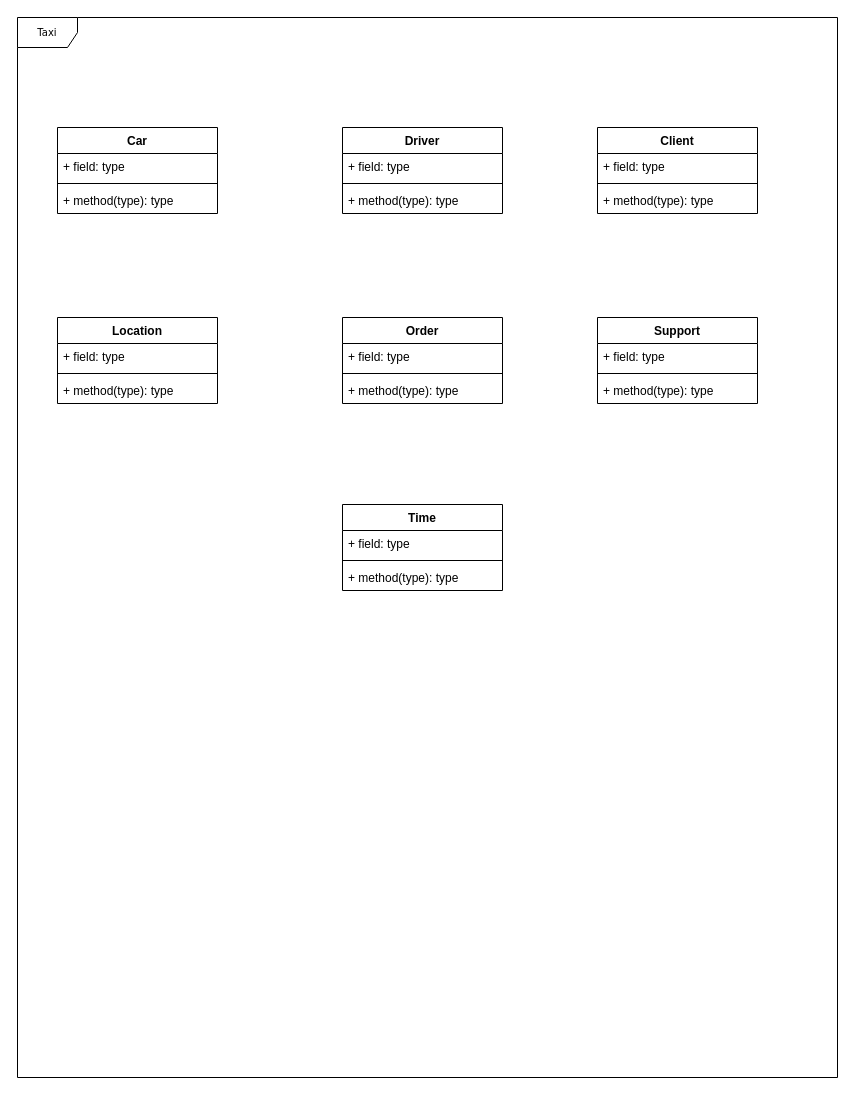
This is Диаграмма без названия.drawio from Mvsia/datalearn, a draw.io file, before an edit. Source tidied: cells renumbered, new cells numbered last; positions are measured from the earlier drawing's top-left corner, leaving out a move shared by most shapes. Both pictures are drawn from the tidied source at 100%, with x=0, y=0 at pixel (17, 17).
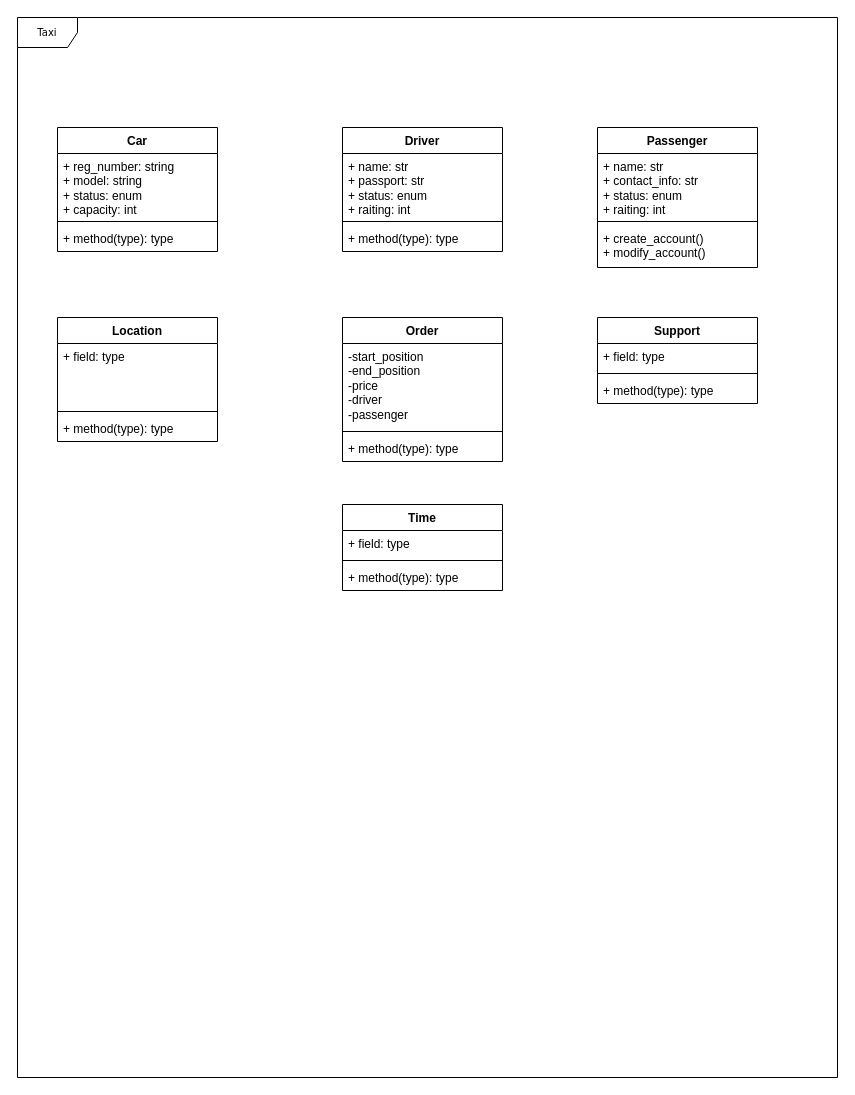
After the change.

Diff of the diagram source:
```diff
@@
     <mxCell id="3" value="Driver" style="swimlane;fontStyle=1;align=center;verticalAlign=top;horizontal=1;startSize=26;whiteSpace=wrap;html=1;" parent="1" vertex="1">
-      <mxGeometry x="325" y="110" width="160" height="86" as="geometry" />
+      <mxGeometry x="325" y="110" width="160" height="124" as="geometry" />
     </mxCell>
-    <mxCell id="4" value="+ field: type" style="text;strokeColor=none;fillColor=none;align=left;verticalAlign=top;spacingLeft=4;spacingRight=4;overflow=hidden;whiteSpace=wrap;html=1;" parent="3" vertex="1">
-      <mxGeometry y="26" width="160" height="26" as="geometry" />
+    <mxCell id="4" value="+ name: str&lt;div&gt;+ passport: str&lt;/div&gt;&lt;div&gt;+ status: enum&lt;/div&gt;&lt;div&gt;+ raiting: int&lt;/div&gt;" style="text;strokeColor=none;fillColor=none;align=left;verticalAlign=top;spacingLeft=4;spacingRight=4;overflow=hidden;whiteSpace=wrap;html=1;" parent="3" vertex="1">
+      <mxGeometry y="26" width="160" height="64" as="geometry" />
     </mxCell>
     <mxCell id="5" style="line;strokeWidth=1;fillColor=none;align=left;verticalAlign=middle;spacingTop=-1;spacingLeft=3;spacingRight=3;labelPosition=right;strokeColor=inherit;" parent="3" vertex="1">
-      <mxGeometry y="52" width="160" height="8" as="geometry" />
+      <mxGeometry y="90" width="160" height="8" as="geometry" />
     </mxCell>
     <mxCell id="6" value="+ method(type): type" style="text;strokeColor=none;fillColor=none;align=left;verticalAlign=top;spacingLeft=4;spacingRight=4;overflow=hidden;whiteSpace=wrap;html=1;" parent="3" vertex="1">
-      <mxGeometry y="60" width="160" height="26" as="geometry" />
+      <mxGeometry y="98" width="160" height="26" as="geometry" />
     </mxCell>
-    <mxCell id="7" value="Client" style="swimlane;fontStyle=1;align=center;verticalAlign=top;horizontal=1;startSize=26;whiteSpace=wrap;html=1;" parent="1" vertex="1">
-      <mxGeometry x="580" y="110" width="160" height="86" as="geometry" />
+    <mxCell id="7" value="Passenger" style="swimlane;fontStyle=1;align=center;verticalAlign=top;horizontal=1;startSize=26;whiteSpace=wrap;html=1;" parent="1" vertex="1">
+      <mxGeometry x="580" y="110" width="160" height="140" as="geometry" />
     </mxCell>
-    <mxCell id="8" value="+ field: type" style="text;strokeColor=none;fillColor=none;align=left;verticalAlign=top;spacingLeft=4;spacingRight=4;overflow=hidden;whiteSpace=wrap;html=1;" parent="7" vertex="1">
-      <mxGeometry y="26" width="160" height="26" as="geometry" />
+    <mxCell id="8" value="+ name: str&lt;div&gt;+ contact_info: str&lt;/div&gt;&lt;div&gt;+ status: enum&lt;/div&gt;&lt;div&gt;+ raiting: int&lt;/div&gt;" style="text;strokeColor=none;fillColor=none;align=left;verticalAlign=top;spacingLeft=4;spacingRight=4;overflow=hidden;whiteSpace=wrap;html=1;" parent="7" vertex="1">
+      <mxGeometry y="26" width="160" height="64" as="geometry" />
     </mxCell>
     <mxCell id="9" style="line;strokeWidth=1;fillColor=none;align=left;verticalAlign=middle;spacingTop=-1;spacingLeft=3;spacingRight=3;labelPosition=right;strokeColor=inherit;" parent="7" vertex="1">
-      <mxGeometry y="52" width="160" height="8" as="geometry" />
+      <mxGeometry y="90" width="160" height="8" as="geometry" />
     </mxCell>
-    <mxCell id="10" value="+ method(type): type" style="text;strokeColor=none;fillColor=none;align=left;verticalAlign=top;spacingLeft=4;spacingRight=4;overflow=hidden;whiteSpace=wrap;html=1;" parent="7" vertex="1">
-      <mxGeometry y="60" width="160" height="26" as="geometry" />
+    <mxCell id="10" value="+ create_account()&lt;div&gt;+ modify_account()&lt;/div&gt;" style="text;strokeColor=none;fillColor=none;align=left;verticalAlign=top;spacingLeft=4;spacingRight=4;overflow=hidden;whiteSpace=wrap;html=1;" parent="7" vertex="1">
+      <mxGeometry y="98" width="160" height="42" as="geometry" />
     </mxCell>
     <mxCell id="11" value="Order" style="swimlane;fontStyle=1;align=center;verticalAlign=top;horizontal=1;startSize=26;whiteSpace=wrap;html=1;" parent="1" vertex="1">
-      <mxGeometry x="325" y="300" width="160" height="86" as="geometry" />
+      <mxGeometry x="325" y="300" width="160" height="144" as="geometry" />
     </mxCell>
-    <mxCell id="12" value="+ field: type" style="text;strokeColor=none;fillColor=none;align=left;verticalAlign=top;spacingLeft=4;spacingRight=4;overflow=hidden;whiteSpace=wrap;html=1;" parent="11" vertex="1">
-      <mxGeometry y="26" width="160" height="26" as="geometry" />
+    <mxCell id="12" value="-start_position&lt;div&gt;-end_position&lt;/div&gt;&lt;div&gt;-price&lt;/div&gt;&lt;div&gt;-driver&lt;/div&gt;&lt;div&gt;-passenger&lt;/div&gt;" style="text;strokeColor=none;fillColor=none;align=left;verticalAlign=top;spacingLeft=4;spacingRight=4;overflow=hidden;whiteSpace=wrap;html=1;" parent="11" vertex="1">
+      <mxGeometry y="26" width="160" height="84" as="geometry" />
     </mxCell>
     <mxCell id="13" style="line;strokeWidth=1;fillColor=none;align=left;verticalAlign=middle;spacingTop=-1;spacingLeft=3;spacingRight=3;labelPosition=right;strokeColor=inherit;" parent="11" vertex="1">
-      <mxGeometry y="52" width="160" height="8" as="geometry" />
+      <mxGeometry y="110" width="160" height="8" as="geometry" />
     </mxCell>
     <mxCell id="14" value="+ method(type): type" style="text;strokeColor=none;fillColor=none;align=left;verticalAlign=top;spacingLeft=4;spacingRight=4;overflow=hidden;whiteSpace=wrap;html=1;" parent="11" vertex="1">
-      <mxGeometry y="60" width="160" height="26" as="geometry" />
+      <mxGeometry y="118" width="160" height="26" as="geometry" />
     </mxCell>
     <mxCell id="15" value="Car" style="swimlane;fontStyle=1;align=center;verticalAlign=top;horizontal=1;startSize=26;whiteSpace=wrap;html=1;" parent="1" vertex="1">
-      <mxGeometry x="40" y="110" width="160" height="86" as="geometry" />
+      <mxGeometry x="40" y="110" width="160" height="124" as="geometry" />
     </mxCell>
-    <mxCell id="16" value="+ field: type" style="text;strokeColor=none;fillColor=none;align=left;verticalAlign=top;spacingLeft=4;spacingRight=4;overflow=hidden;whiteSpace=wrap;html=1;" parent="15" vertex="1">
-      <mxGeometry y="26" width="160" height="26" as="geometry" />
+    <mxCell id="16" value="+ reg_number: string&lt;div&gt;+ model: string&lt;/div&gt;&lt;div&gt;+ status: enum&lt;/div&gt;&lt;div&gt;+ capacity: int&lt;/div&gt;" style="text;strokeColor=none;fillColor=none;align=left;verticalAlign=top;spacingLeft=4;spacingRight=4;overflow=hidden;whiteSpace=wrap;html=1;" parent="15" vertex="1">
+      <mxGeometry y="26" width="160" height="64" as="geometry" />
     </mxCell>
     <mxCell id="17" style="line;strokeWidth=1;fillColor=none;align=left;verticalAlign=middle;spacingTop=-1;spacingLeft=3;spacingRight=3;labelPosition=right;strokeColor=inherit;" parent="15" vertex="1">
-      <mxGeometry y="52" width="160" height="8" as="geometry" />
+      <mxGeometry y="90" width="160" height="8" as="geometry" />
     </mxCell>
     <mxCell id="18" value="+ method(type): type" style="text;strokeColor=none;fillColor=none;align=left;verticalAlign=top;spacingLeft=4;spacingRight=4;overflow=hidden;whiteSpace=wrap;html=1;" parent="15" vertex="1">
-      <mxGeometry y="60" width="160" height="26" as="geometry" />
+      <mxGeometry y="98" width="160" height="26" as="geometry" />
     </mxCell>
@@
     <mxCell id="23" value="Location" style="swimlane;fontStyle=1;align=center;verticalAlign=top;horizontal=1;startSize=26;whiteSpace=wrap;html=1;" parent="1" vertex="1">
-      <mxGeometry x="40" y="300" width="160" height="86" as="geometry" />
+      <mxGeometry x="40" y="300" width="160" height="124" as="geometry" />
     </mxCell>
     <mxCell id="24" value="+ field: type" style="text;strokeColor=none;fillColor=none;align=left;verticalAlign=top;spacingLeft=4;spacingRight=4;overflow=hidden;whiteSpace=wrap;html=1;" parent="23" vertex="1">
-      <mxGeometry y="26" width="160" height="26" as="geometry" />
+      <mxGeometry y="26" width="160" height="64" as="geometry" />
     </mxCell>
     <mxCell id="25" style="line;strokeWidth=1;fillColor=none;align=left;verticalAlign=middle;spacingTop=-1;spacingLeft=3;spacingRight=3;labelPosition=right;strokeColor=inherit;" parent="23" vertex="1">
-      <mxGeometry y="52" width="160" height="8" as="geometry" />
+      <mxGeometry y="90" width="160" height="8" as="geometry" />
     </mxCell>
     <mxCell id="26" value="+ method(type): type" style="text;strokeColor=none;fillColor=none;align=left;verticalAlign=top;spacingLeft=4;spacingRight=4;overflow=hidden;whiteSpace=wrap;html=1;" parent="23" vertex="1">
-      <mxGeometry y="60" width="160" height="26" as="geometry" />
+      <mxGeometry y="98" width="160" height="26" as="geometry" />
     </mxCell>
```
